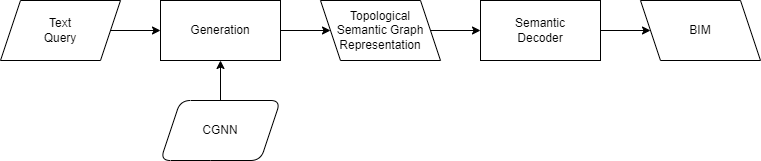
AI4SC/bim-diffusion-models keeps this draw.io diagram as images/semantic_gnn_model_gen.drawio.png. Above is the earlier version. Source tidied: cells renumbered, new cells last; positions are measured from the earlier drawing's top-left corner, leaving out a move shared by most shapes. The source it was exported from:
```xml
<mxGraphModel>
  <root>
    <mxCell id="0" />
    <mxCell id="1" parent="0" />
    <mxCell id="2" style="edgeStyle=none;html=1;exitX=1;exitY=0.5;exitDx=0;exitDy=0;entryX=0;entryY=0.5;entryDx=0;entryDy=0;" parent="1" edge="1" source="3" target="5">
      <mxGeometry relative="1" as="geometry" />
    </mxCell>
    <mxCell id="3" value="Text&lt;br&gt;Query" style="shape=parallelogram;perimeter=parallelogramPerimeter;whiteSpace=wrap;html=1;fixedSize=1;" parent="1" vertex="1">
      <mxGeometry width="120" height="60" as="geometry" />
    </mxCell>
    <mxCell id="4" value="Topological&lt;br style=&quot;border-color: var(--border-color);&quot;&gt;Semantic Graph&lt;br style=&quot;border-color: var(--border-color);&quot;&gt;Representation" style="shape=parallelogram;perimeter=parallelogramPerimeter;whiteSpace=wrap;html=1;fixedSize=1;flipH=1;" parent="1" vertex="1">
      <mxGeometry x="320" width="120" height="60" as="geometry" />
    </mxCell>
    <mxCell id="5" value="Generation" style="rounded=0;whiteSpace=wrap;html=1;" parent="1" vertex="1">
      <mxGeometry x="160" width="120" height="60" as="geometry" />
    </mxCell>
    <mxCell id="6" value="BIM" style="shape=parallelogram;perimeter=parallelogramPerimeter;whiteSpace=wrap;html=1;fixedSize=1;flipH=1;" parent="1" vertex="1">
      <mxGeometry x="640" width="120" height="60" as="geometry" />
    </mxCell>
    <mxCell id="7" value="Semantic&lt;br&gt;Decoder" style="rounded=0;whiteSpace=wrap;html=1;" parent="1" vertex="1">
      <mxGeometry x="480" width="120" height="60" as="geometry" />
    </mxCell>
    <mxCell id="8" style="endArrow=classic;html=1;exitX=1;exitY=0.5;exitDx=0;exitDy=0;entryX=0;entryY=0.5;entryDx=0;entryDy=0;" parent="1" edge="1" source="4" target="7">
      <mxGeometry relative="1" as="geometry" />
    </mxCell>
    <mxCell id="9" style="endArrow=classic;html=1;exitX=1;exitY=0.5;exitDx=0;exitDy=0;entryX=0;entryY=0.5;entryDx=0;entryDy=0;" parent="1" edge="1" source="5" target="4">
      <mxGeometry relative="1" as="geometry" />
    </mxCell>
    <mxCell id="10" style="endArrow=classic;html=1;exitX=1;exitY=0.5;exitDx=0;exitDy=0;entryX=0;entryY=0.5;entryDx=0;entryDy=0;" parent="1" edge="1" source="7" target="6">
      <mxGeometry relative="1" as="geometry" />
    </mxCell>
    <mxCell id="11" value="CGNN" style="shape=parallelogram;perimeter=parallelogramPerimeter;whiteSpace=wrap;html=1;fixedSize=1;flipH=0;rounded=1;" parent="1" vertex="1">
      <mxGeometry x="160" y="100" width="120" height="60" as="geometry" />
    </mxCell>
    <mxCell id="12" style="endArrow=classic;html=1;exitX=0.5;exitY=0;exitDx=0;exitDy=0;entryX=0.5;entryY=1;entryDx=0;entryDy=0;" parent="1" edge="1" source="11" target="5">
      <mxGeometry relative="1" as="geometry" />
    </mxCell>
  </root>
</mxGraphModel>
```
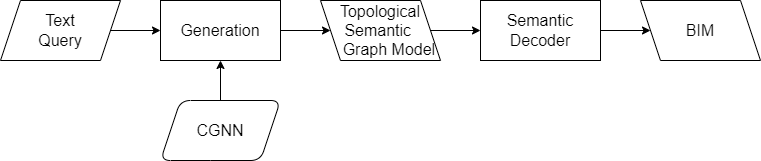
The same diagram one commit later.

What changed in the source:
```diff
@@ -2,37 +2,37 @@
   <root>
     <mxCell id="0" />
     <mxCell id="1" parent="0" />
-    <mxCell id="2" style="edgeStyle=none;html=1;exitX=1;exitY=0.5;exitDx=0;exitDy=0;entryX=0;entryY=0.5;entryDx=0;entryDy=0;" parent="1" edge="1" source="3" target="5">
+    <mxCell id="2" style="edgeStyle=none;html=1;exitX=1;exitY=0.5;exitDx=0;exitDy=0;entryX=0;entryY=0.5;entryDx=0;entryDy=0;fontSize=16;" parent="1" edge="1" source="3" target="5">
       <mxGeometry relative="1" as="geometry" />
     </mxCell>
-    <mxCell id="3" value="Text&lt;br&gt;Query" style="shape=parallelogram;perimeter=parallelogramPerimeter;whiteSpace=wrap;html=1;fixedSize=1;" parent="1" vertex="1">
+    <mxCell id="3" value="Text&lt;br style=&quot;font-size: 16px;&quot;&gt;Query" style="shape=parallelogram;perimeter=parallelogramPerimeter;whiteSpace=wrap;html=1;fixedSize=1;fontSize=16;" parent="1" vertex="1">
       <mxGeometry width="120" height="60" as="geometry" />
     </mxCell>
-    <mxCell id="4" value="Topological&lt;br style=&quot;border-color: var(--border-color);&quot;&gt;Semantic Graph&lt;br style=&quot;border-color: var(--border-color);&quot;&gt;Representation" style="shape=parallelogram;perimeter=parallelogramPerimeter;whiteSpace=wrap;html=1;fixedSize=1;flipH=1;" parent="1" vertex="1">
+    <mxCell id="4" value="Topological&lt;br style=&quot;border-color: var(--border-color); font-size: 16px;&quot;&gt;Semantic &lt;br&gt;&amp;nbsp; &amp;nbsp; Graph Model" style="shape=parallelogram;perimeter=parallelogramPerimeter;whiteSpace=wrap;html=1;fixedSize=1;flipH=1;fontSize=16;" parent="1" vertex="1">
       <mxGeometry x="320" width="120" height="60" as="geometry" />
     </mxCell>
-    <mxCell id="5" value="Generation" style="rounded=0;whiteSpace=wrap;html=1;" parent="1" vertex="1">
+    <mxCell id="5" value="Generation" style="rounded=0;whiteSpace=wrap;html=1;fontSize=16;" parent="1" vertex="1">
       <mxGeometry x="160" width="120" height="60" as="geometry" />
     </mxCell>
-    <mxCell id="6" value="BIM" style="shape=parallelogram;perimeter=parallelogramPerimeter;whiteSpace=wrap;html=1;fixedSize=1;flipH=1;" parent="1" vertex="1">
+    <mxCell id="6" value="BIM" style="shape=parallelogram;perimeter=parallelogramPerimeter;whiteSpace=wrap;html=1;fixedSize=1;flipH=1;fontSize=16;" parent="1" vertex="1">
       <mxGeometry x="640" width="120" height="60" as="geometry" />
     </mxCell>
-    <mxCell id="7" value="Semantic&lt;br&gt;Decoder" style="rounded=0;whiteSpace=wrap;html=1;" parent="1" vertex="1">
+    <mxCell id="7" value="Semantic&lt;br style=&quot;font-size: 16px;&quot;&gt;Decoder" style="rounded=0;whiteSpace=wrap;html=1;fontSize=16;" parent="1" vertex="1">
       <mxGeometry x="480" width="120" height="60" as="geometry" />
     </mxCell>
-    <mxCell id="8" style="endArrow=classic;html=1;exitX=1;exitY=0.5;exitDx=0;exitDy=0;entryX=0;entryY=0.5;entryDx=0;entryDy=0;" parent="1" edge="1" source="4" target="7">
+    <mxCell id="8" style="endArrow=classic;html=1;exitX=1;exitY=0.5;exitDx=0;exitDy=0;entryX=0;entryY=0.5;entryDx=0;entryDy=0;fontSize=16;" parent="1" edge="1" source="4" target="7">
       <mxGeometry relative="1" as="geometry" />
     </mxCell>
-    <mxCell id="9" style="endArrow=classic;html=1;exitX=1;exitY=0.5;exitDx=0;exitDy=0;entryX=0;entryY=0.5;entryDx=0;entryDy=0;" parent="1" edge="1" source="5" target="4">
+    <mxCell id="9" style="endArrow=classic;html=1;exitX=1;exitY=0.5;exitDx=0;exitDy=0;entryX=0;entryY=0.5;entryDx=0;entryDy=0;fontSize=16;" parent="1" edge="1" source="5" target="4">
       <mxGeometry relative="1" as="geometry" />
     </mxCell>
-    <mxCell id="10" style="endArrow=classic;html=1;exitX=1;exitY=0.5;exitDx=0;exitDy=0;entryX=0;entryY=0.5;entryDx=0;entryDy=0;" parent="1" edge="1" source="7" target="6">
+    <mxCell id="10" style="endArrow=classic;html=1;exitX=1;exitY=0.5;exitDx=0;exitDy=0;entryX=0;entryY=0.5;entryDx=0;entryDy=0;fontSize=16;" parent="1" edge="1" source="7" target="6">
       <mxGeometry relative="1" as="geometry" />
     </mxCell>
-    <mxCell id="11" value="CGNN" style="shape=parallelogram;perimeter=parallelogramPerimeter;whiteSpace=wrap;html=1;fixedSize=1;flipH=0;rounded=1;" parent="1" vertex="1">
+    <mxCell id="11" value="CGNN" style="shape=parallelogram;perimeter=parallelogramPerimeter;whiteSpace=wrap;html=1;fixedSize=1;flipH=0;rounded=1;fontSize=16;" parent="1" vertex="1">
       <mxGeometry x="160" y="100" width="120" height="60" as="geometry" />
     </mxCell>
-    <mxCell id="12" style="endArrow=classic;html=1;exitX=0.5;exitY=0;exitDx=0;exitDy=0;entryX=0.5;entryY=1;entryDx=0;entryDy=0;" parent="1" edge="1" source="11" target="5">
+    <mxCell id="12" style="endArrow=classic;html=1;exitX=0.5;exitY=0;exitDx=0;exitDy=0;entryX=0.5;entryY=1;entryDx=0;entryDy=0;fontSize=16;" parent="1" edge="1" source="11" target="5">
       <mxGeometry relative="1" as="geometry" />
     </mxCell>
   </root>
```
